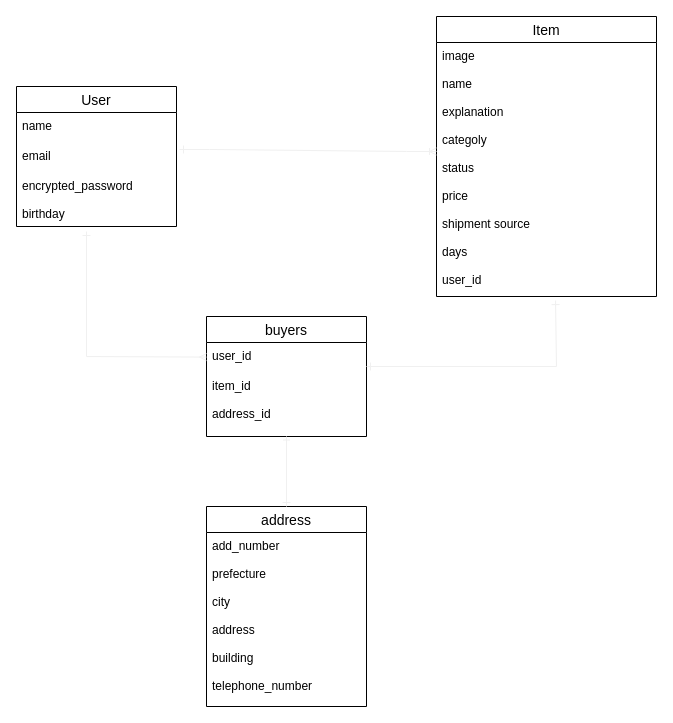
Above: er.dio in poke24no/furima-37105 (draw.io), before the change. Source tidied: cells renumbered, new cells numbered last; positions are measured from the earlier drawing's top-left corner, leaving out a move shared by most shapes. Both pictures are drawn from the tidied source at 100%, with x=0, y=0 at pixel (16, 16).
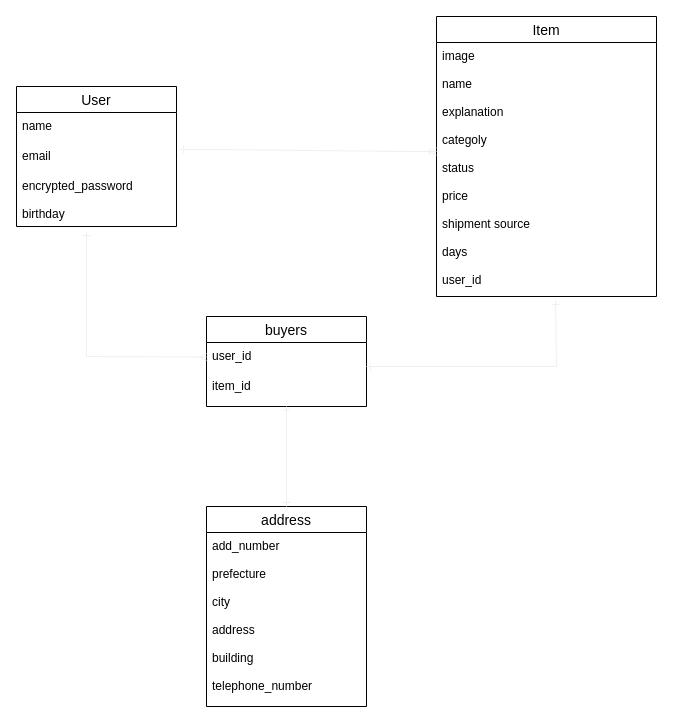
Above is the later version.

What changed in the source:
```diff
@@
     <mxCell id="10" value="buyers" style="swimlane;fontStyle=0;horizontal=1;startSize=26;align=center;fontSize=14;" parent="1" vertex="1">
-      <mxGeometry x="190" y="300" width="160" height="120" as="geometry" />
+      <mxGeometry x="190" y="300" width="160" height="90" as="geometry" />
     </mxCell>
@@
-    <mxCell id="12" value="item_id&#10;&#10;address_id&#10;" style="text;strokeColor=none;fillColor=none;spacingLeft=4;spacingRight=4;overflow=hidden;points=[[0,0.5],[1,0.5]];portConstraint=eastwest;fontSize=12;" parent="10" vertex="1">
-      <mxGeometry y="56" width="160" height="64" as="geometry" />
+    <mxCell id="12" value="item_id&#10;&#10;" style="text;strokeColor=none;fillColor=none;spacingLeft=4;spacingRight=4;overflow=hidden;points=[[0,0.5],[1,0.5]];portConstraint=eastwest;fontSize=12;" parent="10" vertex="1">
+      <mxGeometry y="56" width="160" height="34" as="geometry" />
     </mxCell>
```
